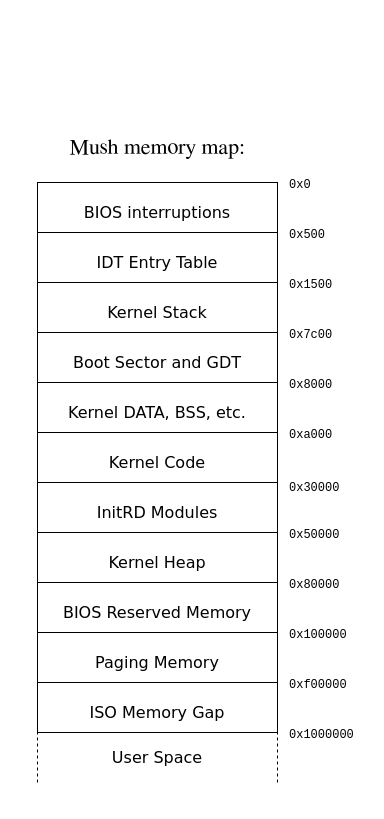
This is docs/assets/memory_map.drawio from pseusys/MushOS, a draw.io file, before an edit. Source tidied: cells renumbered, new cells numbered last; positions are measured from the earlier drawing's top-left corner, leaving out a move shared by most shapes. Both pictures are drawn from the tidied source at 100%, with x=0, y=0 at pixel (17, 117).
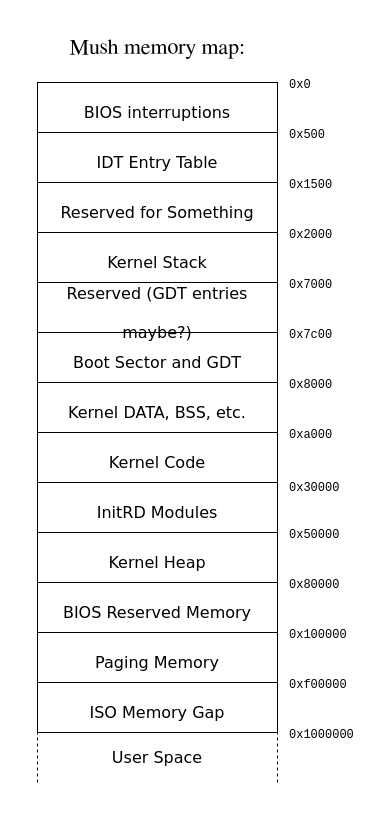
Above is the later version.

Change to the diagram source:
```diff
@@
     <mxCell id="2" style="rounded=0;whiteSpace=wrap;html=1;dashed=1;fontFamily=Verdana;fontSize=16;strokeColor=none;" parent="1" vertex="1">
-      <mxGeometry width="350" height="685" as="geometry" />
+      <mxGeometry y="-100" width="350" height="785" as="geometry" />
     </mxCell>
     <mxCell id="3" value="&lt;font face=&quot;Verdana&quot; style=&quot;font-size: 16px;&quot;&gt;BIOS interruptions&lt;/font&gt;" style="rounded=0;whiteSpace=wrap;html=1;fontFamily=Garuda;fontSize=32;" parent="1" vertex="1">
-      <mxGeometry x="20" y="65" width="240" height="50" as="geometry" />
+      <mxGeometry x="20" y="-35" width="240" height="50" as="geometry" />
     </mxCell>
     <mxCell id="4" value="&lt;font style=&quot;font-size: 22px;&quot;&gt;Mush memory map:&lt;/font&gt;" style="text;html=1;strokeColor=none;fillColor=none;align=center;verticalAlign=middle;whiteSpace=wrap;rounded=0;fontFamily=FreeSerif;fontSize=22;" parent="1" vertex="1">
-      <mxGeometry x="20" y="15" width="240" height="30" as="geometry" />
+      <mxGeometry x="20" y="-85" width="240" height="30" as="geometry" />
     </mxCell>
     <mxCell id="5" value="&lt;font face=&quot;Verdana&quot; style=&quot;font-size: 16px;&quot;&gt;IDT Entry Table&lt;/font&gt;" style="rounded=0;whiteSpace=wrap;html=1;fontFamily=Lucida Console;fontSize=32;" parent="1" vertex="1">
-      <mxGeometry x="20" y="115" width="240" height="50" as="geometry" />
+      <mxGeometry x="20" y="15" width="240" height="50" as="geometry" />
     </mxCell>
@@
     <mxCell id="16" value="&lt;font style=&quot;font-size: 12px;&quot; face=&quot;Courier New&quot;&gt;0x0&lt;/font&gt;" style="text;html=1;strokeColor=none;fillColor=none;align=left;verticalAlign=middle;whiteSpace=wrap;rounded=0;dashed=1;fontFamily=Verdana;fontSize=16;" parent="1" vertex="1">
-      <mxGeometry x="270" y="45" width="70" height="40" as="geometry" />
+      <mxGeometry x="270" y="-55" width="70" height="40" as="geometry" />
     </mxCell>
     <mxCell id="17" value="&lt;font style=&quot;font-size: 12px;&quot; face=&quot;Courier New&quot;&gt;0x500&lt;/font&gt;" style="text;html=1;strokeColor=none;fillColor=none;align=left;verticalAlign=middle;whiteSpace=wrap;rounded=0;dashed=1;fontFamily=Verdana;fontSize=16;" parent="1" vertex="1">
-      <mxGeometry x="270" y="95" width="70" height="40" as="geometry" />
+      <mxGeometry x="270" y="-5" width="70" height="40" as="geometry" />
     </mxCell>
@@
     <mxCell id="28" value="&lt;font face=&quot;Verdana&quot; style=&quot;font-size: 16px;&quot;&gt;Kernel Stack&lt;/font&gt;" style="rounded=0;whiteSpace=wrap;html=1;fontFamily=Lucida Console;fontSize=32;" parent="1" vertex="1">
-      <mxGeometry x="20" y="165" width="240" height="50" as="geometry" />
+      <mxGeometry x="20" y="115" width="240" height="50" as="geometry" />
     </mxCell>
     <mxCell id="29" value="&lt;font style=&quot;font-size: 12px;&quot; face=&quot;Courier New&quot;&gt;0x1500&lt;/font&gt;" style="text;html=1;strokeColor=none;fillColor=none;align=left;verticalAlign=middle;whiteSpace=wrap;rounded=0;dashed=1;fontFamily=Verdana;fontSize=16;" parent="1" vertex="1">
-      <mxGeometry x="270" y="145" width="70" height="40" as="geometry" />
+      <mxGeometry x="270" y="45" width="70" height="40" as="geometry" />
     </mxCell>
+    <mxCell id="30" value="&lt;font face=&quot;Verdana&quot; style=&quot;font-size: 16px;&quot;&gt;Reserved (GDT entries maybe?)&lt;/font&gt;" style="rounded=0;whiteSpace=wrap;html=1;fontFamily=Lucida Console;fontSize=32;" parent="1" vertex="1">
+      <mxGeometry x="20" y="165" width="240" height="50" as="geometry" />
+    </mxCell>
+    <mxCell id="31" value="&lt;font face=&quot;Verdana&quot;&gt;&lt;span style=&quot;font-size: 16px;&quot;&gt;Reserved for Something&lt;/span&gt;&lt;/font&gt;" style="rounded=0;whiteSpace=wrap;html=1;fontFamily=Lucida Console;fontSize=32;" parent="1" vertex="1">
+      <mxGeometry x="20" y="65" width="240" height="50" as="geometry" />
+    </mxCell>
+    <mxCell id="32" value="&lt;font style=&quot;font-size: 12px;&quot; face=&quot;Courier New&quot;&gt;0x2000&lt;/font&gt;" style="text;html=1;strokeColor=none;fillColor=none;align=left;verticalAlign=middle;whiteSpace=wrap;rounded=0;dashed=1;fontFamily=Verdana;fontSize=16;" parent="1" vertex="1">
+      <mxGeometry x="270" y="95" width="70" height="40" as="geometry" />
+    </mxCell>
+    <mxCell id="33" value="&lt;font style=&quot;font-size: 12px;&quot; face=&quot;Courier New&quot;&gt;0x7000&lt;/font&gt;" style="text;html=1;strokeColor=none;fillColor=none;align=left;verticalAlign=middle;whiteSpace=wrap;rounded=0;dashed=1;fontFamily=Verdana;fontSize=16;" parent="1" vertex="1">
+      <mxGeometry x="270" y="145" width="70" height="40" as="geometry" />
+    </mxCell>
```
